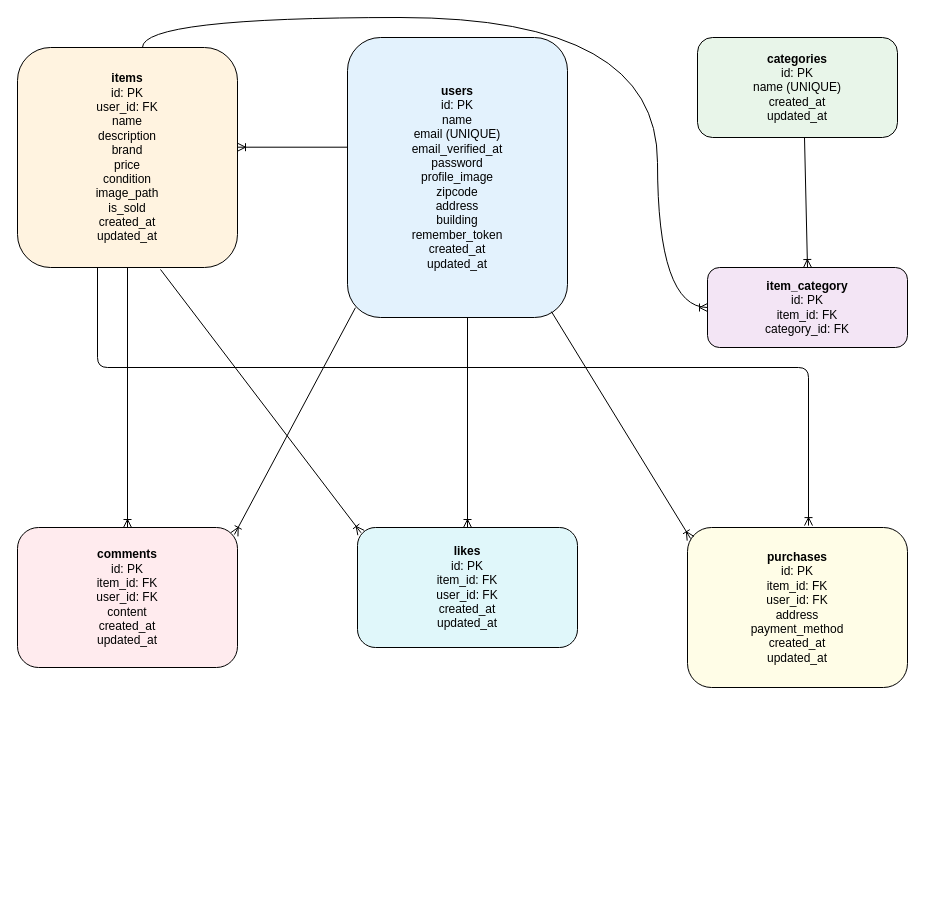
Earlier version of the draw.io diagram er-diagram.drawio (sakaisan1125/coachtech-fleamarket-app). Source tidied: cells renumbered, new cells numbered last; positions are measured from the earlier drawing's top-left corner, leaving out a move shared by most shapes. Both pictures are drawn from the tidied source at 100%, with x=0, y=0 at pixel (17, 17).
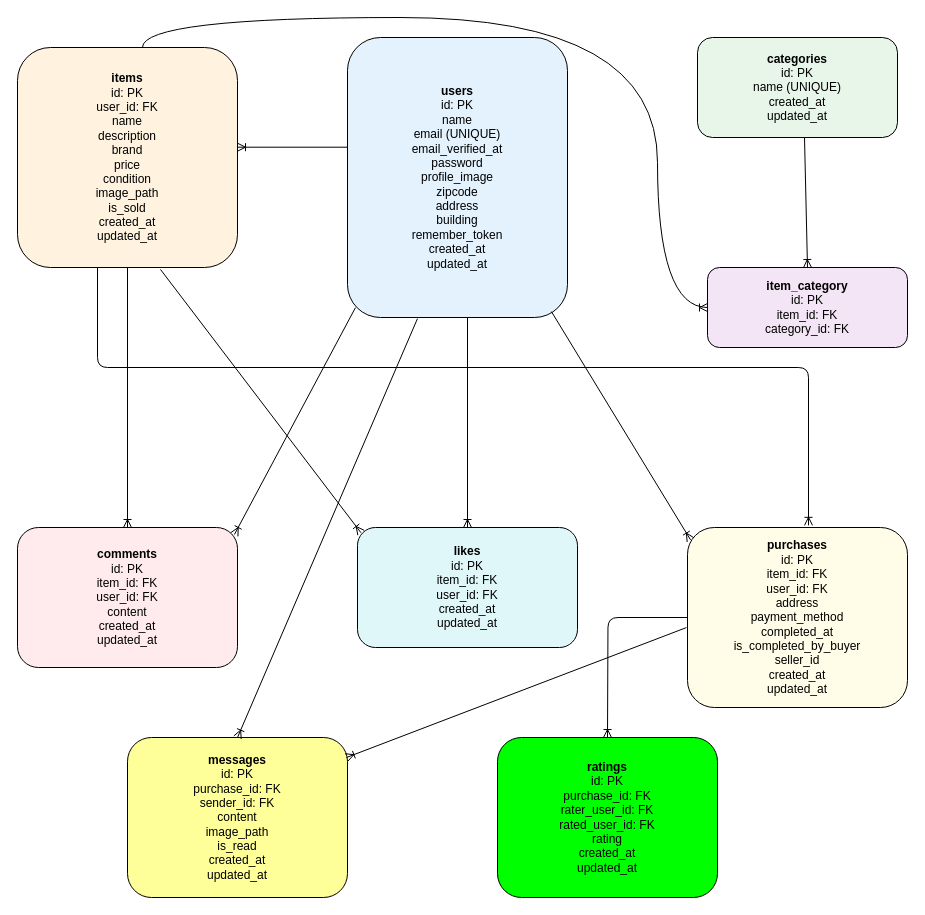
The same page after the edit.

Unchanged cells that the change refers to:
```xml
<mxCell id="2" value="&lt;b&gt;users&lt;/b&gt;&lt;br&gt;id: PK&lt;br&gt;name&lt;br&gt;email (UNIQUE)&lt;br&gt;email_verified_at&lt;br&gt;password&lt;br&gt;profile_image&lt;br&gt;zipcode&lt;br&gt;address&lt;br&gt;building&lt;br&gt;remember_token&lt;br&gt;created_at&lt;br&gt;updated_at" style="rounded=1;whiteSpace=wrap;html=1;fillColor=#E3F2FD;" parent="1" vertex="1">
  <mxGeometry x="330" y="20" width="220" height="280" as="geometry" />
</mxCell>
```

What changed in the source:
```diff
@@
-    <mxCell id="8" value="&lt;b&gt;purchases&lt;/b&gt;&lt;br&gt;id: PK&lt;br&gt;item_id: FK&lt;br&gt;user_id: FK&lt;br&gt;address&lt;br&gt;payment_method&lt;br&gt;created_at&lt;br&gt;updated_at" style="rounded=1;whiteSpace=wrap;html=1;fillColor=#FFFDE7;" parent="1" vertex="1">
-      <mxGeometry x="670" y="510" width="220" height="160" as="geometry" />
+    <mxCell id="8" value="&lt;b&gt;purchases&lt;/b&gt;&lt;br&gt;id: PK&lt;br&gt;item_id: FK&lt;br&gt;user_id: FK&lt;br&gt;address&lt;br&gt;payment_method&lt;div&gt;&lt;font color=&quot;#000000&quot;&gt;completed_at&lt;br&gt;&lt;/font&gt;&lt;div&gt;&lt;font color=&quot;#000000&quot;&gt;is_completed_by_buyer&lt;/font&gt;&lt;/div&gt;&lt;div&gt;&lt;font color=&quot;#000000&quot;&gt;&lt;font color=&quot;#000000&quot;&gt;seller_id&lt;br&gt;&lt;/font&gt;&lt;/font&gt;created_at&lt;br&gt;updated_at&lt;/div&gt;&lt;/div&gt;" style="rounded=1;whiteSpace=wrap;html=1;fillColor=#FFFDE7;" parent="1" vertex="1">
+      <mxGeometry x="670" y="510" width="220" height="180" as="geometry" />
     </mxCell>
@@
+    <mxCell id="18" value="&lt;div&gt;&lt;b&gt;&lt;br&gt;&lt;/b&gt;&lt;/div&gt;&lt;b&gt;messages&lt;br&gt;&lt;/b&gt;id: PK&lt;br&gt;purchase_id: FK&lt;br&gt;sender_id: FK&lt;br&gt;content&lt;div&gt;&lt;font color=&quot;#000000&quot;&gt;image_path&lt;/font&gt;&lt;/div&gt;&lt;div&gt;&lt;font color=&quot;#000000&quot;&gt;is_read&lt;br&gt;&lt;/font&gt;created_at&lt;br&gt;updated_at&lt;/div&gt;&lt;div&gt;&lt;br&gt;&lt;/div&gt;" style="rounded=1;whiteSpace=wrap;html=1;fillColor=#FFFF99;" parent="1" vertex="1">
+      <mxGeometry x="110" y="720" width="220" height="160" as="geometry" />
+    </mxCell>
+    <mxCell id="19" value="&lt;div&gt;&lt;b&gt;&lt;br&gt;&lt;/b&gt;&lt;/div&gt;&lt;b&gt;ratings&lt;br&gt;&lt;/b&gt;id: PK&lt;br&gt;purchase_id: FK&lt;br&gt;rater_user_id: FK&lt;div&gt;&lt;span style=&quot;color: rgb(0, 0, 0);&quot;&gt;rated_user_id: FK&lt;/span&gt;&lt;br&gt;&lt;div&gt;&lt;font color=&quot;#000000&quot;&gt;rating&lt;/font&gt;&lt;/div&gt;&lt;div&gt;created_at&lt;br&gt;updated_at&lt;/div&gt;&lt;div&gt;&lt;br&gt;&lt;/div&gt;&lt;/div&gt;" style="rounded=1;whiteSpace=wrap;html=1;fillColor=#00FF00;" parent="1" vertex="1">
+      <mxGeometry x="480" y="720" width="220" height="160" as="geometry" />
+    </mxCell>
+    <mxCell id="20" style="fontSize=12;html=1;endArrow=ERoneToMany;entryX=0.995;entryY=0.125;entryDx=0;entryDy=0;entryPerimeter=0;exitX=-0.005;exitY=0.556;exitDx=0;exitDy=0;exitPerimeter=0;" parent="1" edge="1" source="8" target="18">
+      <mxGeometry relative="1" as="geometry" />
+    </mxCell>
+    <mxCell id="21" style="fontSize=12;html=1;endArrow=ERoneToMany;entryX=0.223;entryY=1.018;entryDx=0;entryDy=0;entryPerimeter=0;exitX=0.318;exitY=1.004;exitDx=0;exitDy=0;exitPerimeter=0;" parent="1" edge="1" source="2">
+      <mxGeometry relative="1" as="geometry">
+        <mxPoint x="220" y="720" as="targetPoint" />
+      </mxGeometry>
+    </mxCell>
+    <mxCell id="22" style="fontSize=12;html=1;endArrow=ERoneToMany;entryX=0.332;entryY=1.017;entryDx=0;entryDy=0;entryPerimeter=0;exitX=0;exitY=0.5;exitDx=0;exitDy=0;edgeStyle=orthogonalEdgeStyle;" parent="1" edge="1" source="8">
+      <mxGeometry relative="1" as="geometry">
+        <mxPoint x="590" y="720" as="targetPoint" />
+      </mxGeometry>
+    </mxCell>
```
